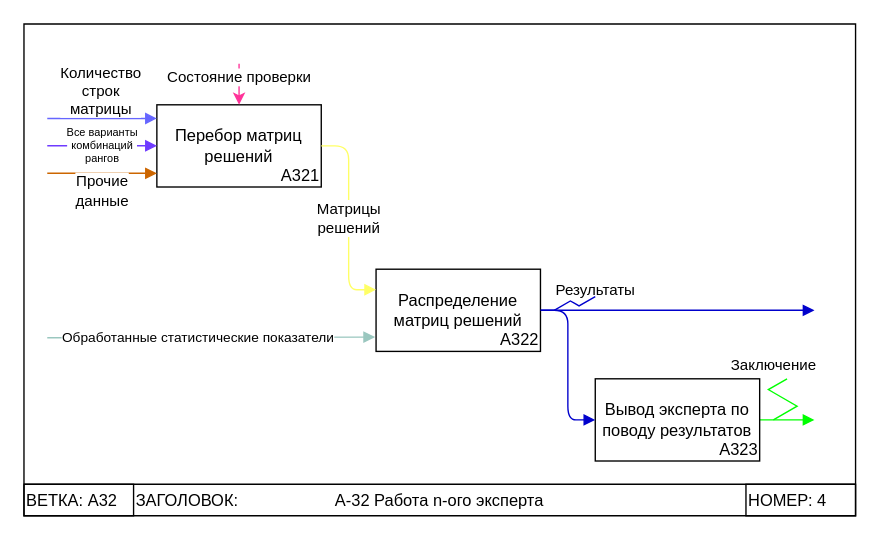
This is page "А32" (4 of 4) of draw_io/idef0 prog.drawio from Dimj1k/Works, a draw.io file, before an edit. Source tidied: cells renumbered, new cells numbered last; positions are measured from the earlier drawing's top-left corner, leaving out a move shared by most shapes. Both pictures are drawn from the tidied source at 137%, with x=0, y=0 at pixel (23, 23).
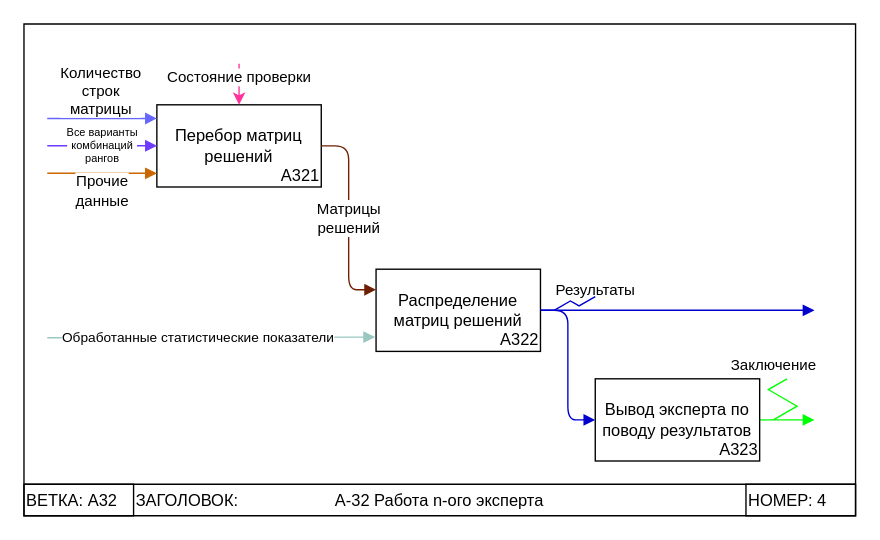
Above is the later version.

The change refers to these unchanged cells:
```xml
<mxCell id="2" style="swimlane;direction=west;fillColor=none;swimlaneFillColor=none;shadow=0;swimlaneLine=1;" parent="1" vertex="1">
  <mxGeometry width="607" height="359" as="geometry" />
</mxCell>
<mxCell id="8" value="Перебор матриц решений" style="rounded=0;whiteSpace=wrap;html=1;" parent="7" vertex="1">
  <mxGeometry width="120" height="60" as="geometry" />
</mxCell>
<mxCell id="13" value="Распределение матриц решений" style="rounded=0;whiteSpace=wrap;html=1;" parent="11" vertex="1">
  <mxGeometry width="120" height="60" as="geometry" />
</mxCell>
```

What changed in the source:
```diff
@@
-    <mxCell id="15" value="Матрицы&lt;br&gt;решений" style="edgeStyle=orthogonalEdgeStyle;rounded=1;jettySize=auto;html=1;entryX=0;entryY=0.25;entryDx=0;entryDy=0;strokeColor=#FFFF66;endArrow=block;endFill=1;" parent="2" edge="1" source="8" target="13">
+    <mxCell id="15" value="Матрицы&lt;br&gt;решений" style="edgeStyle=orthogonalEdgeStyle;rounded=1;jettySize=auto;html=1;entryX=0;entryY=0.25;entryDx=0;entryDy=0;strokeColor=#6D1F00;endArrow=block;endFill=1;fillColor=#a0522d;" parent="2" edge="1" source="8" target="13">
       <mxGeometry relative="1" as="geometry" />
     </mxCell>
```
